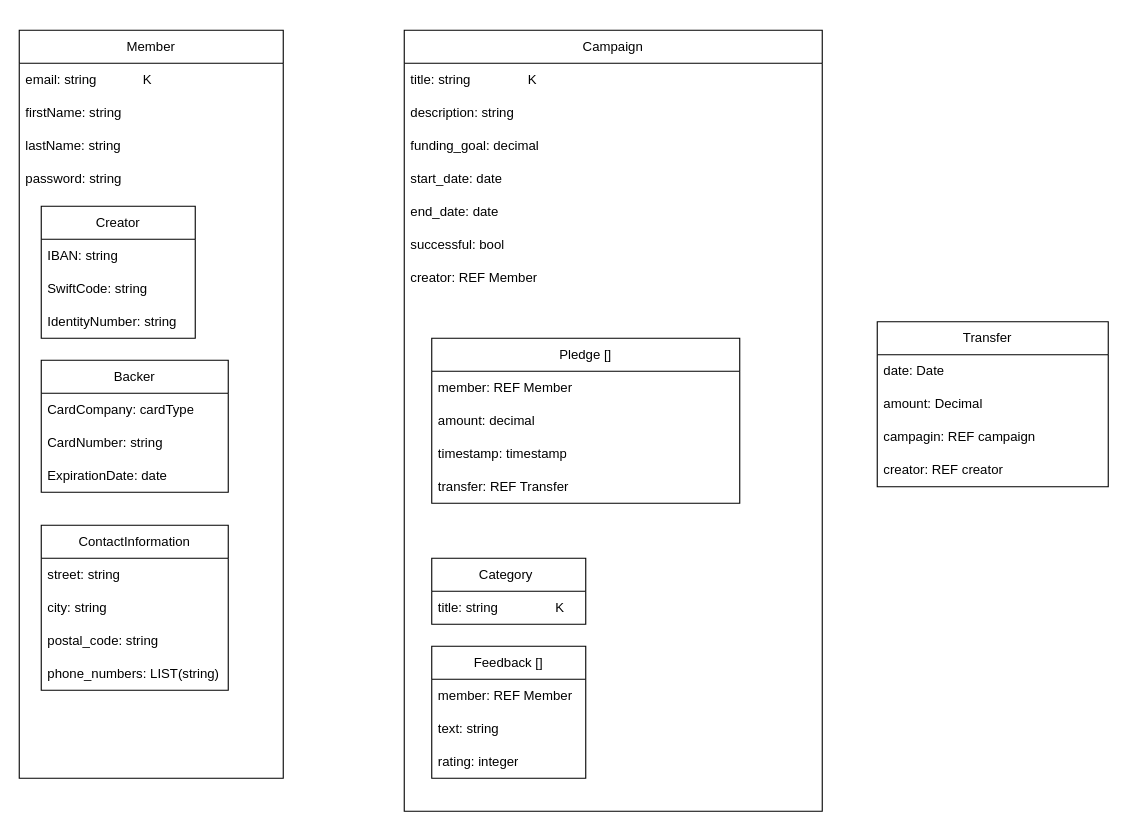
Above: assignment-2/logicalmodel.drawio in echo85/new-generation-data-models-dbmss-course (draw.io), before the change. Source tidied: cells renumbered, new cells numbered last; positions are measured from the earlier drawing's top-left corner, leaving out a move shared by most shapes. Both pictures are drawn from the tidied source at 110%, with x=0, y=0 at pixel (19, 30).
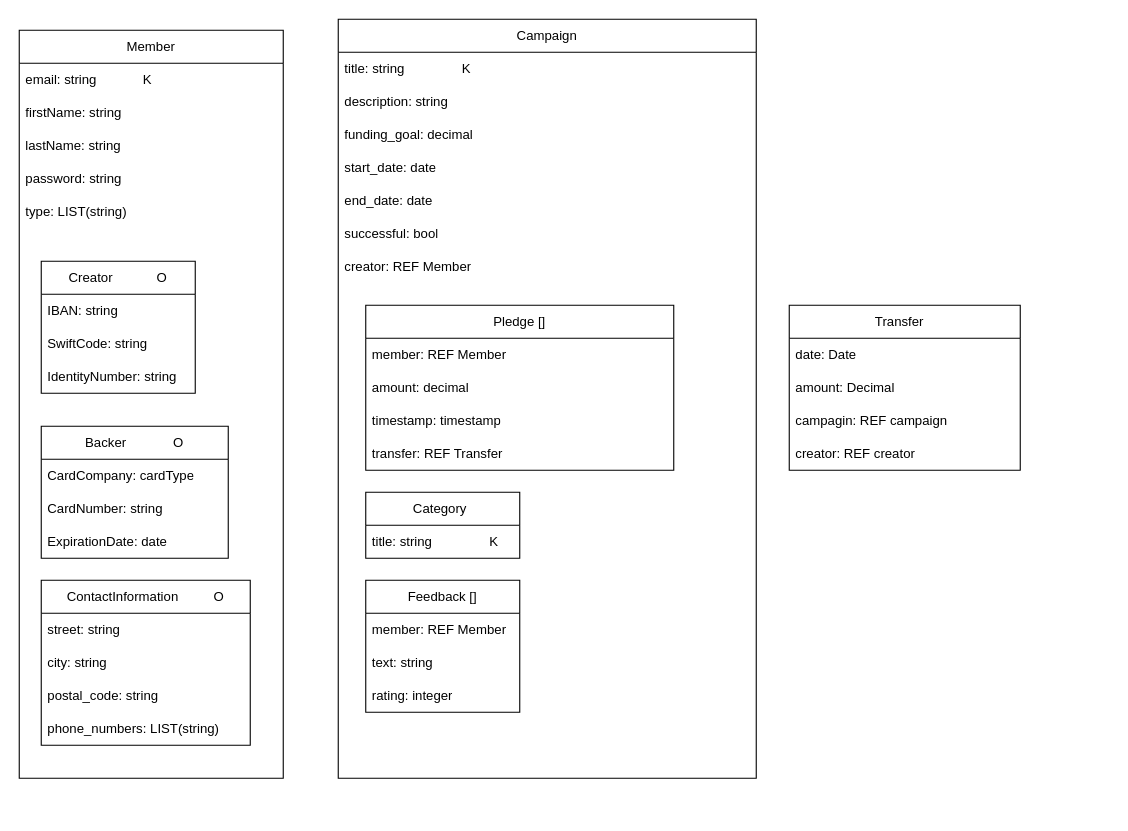
The same diagram, later.

Commit message:
Update logicalmodel.drawio -added type as list, backer/creator/contact information as optional

The change refers to these unchanged cells:
```xml
<mxCell id="22" value="Member" style="swimlane;fontStyle=0;horizontal=1;startSize=30;whiteSpace=wrap;html=1;" parent="1" vertex="1">
  <mxGeometry width="240" height="680" as="geometry" />
</mxCell>
```

The edit, as a diff of the source:
```diff
@@
     <mxCell id="2" style="group;" parent="1" vertex="1">
-      <mxGeometry x="350" width="380" height="710" as="geometry" />
+      <mxGeometry x="290" y="-10" width="380" height="710" as="geometry" />
     </mxCell>
     <mxCell id="3" value="Campaign" style="swimlane;fontStyle=0;horizontal=1;startSize=30;whiteSpace=wrap;html=1;contract=0;expandToFront=0;backgroundOutline=0;" parent="2" vertex="1">
-      <mxGeometry width="380" height="710" as="geometry" />
+      <mxGeometry width="380" height="690" as="geometry" />
     </mxCell>
@@
     <mxCell id="10" value="Pledge []" style="swimlane;fontStyle=0;horizontal=1;startSize=30;whiteSpace=wrap;html=1;" parent="2" vertex="1">
-      <mxGeometry x="25" y="280" width="280" height="150" as="geometry" />
+      <mxGeometry x="25" y="260" width="280" height="150" as="geometry" />
     </mxCell>
@@
     <mxCell id="15" value="Category&lt;span style=&quot;white-space: pre;&quot;&gt;&#9;&lt;/span&gt;" style="swimlane;fontStyle=0;horizontal=1;startSize=30;whiteSpace=wrap;html=1;" parent="2" vertex="1">
-      <mxGeometry x="25" y="480" width="140" height="60" as="geometry" />
+      <mxGeometry x="25" y="430" width="140" height="60" as="geometry" />
     </mxCell>
@@
     <mxCell id="17" value="Feedback []" style="swimlane;fontStyle=0;horizontal=1;startSize=30;whiteSpace=wrap;html=1;" parent="2" vertex="1">
-      <mxGeometry x="25" y="560" width="140" height="120" as="geometry" />
+      <mxGeometry x="25" y="510" width="140" height="120" as="geometry" />
     </mxCell>
@@
-    <mxCell id="27" value="Creator" style="swimlane;fontStyle=0;horizontal=1;startSize=30;whiteSpace=wrap;html=1;" parent="22" vertex="1">
-      <mxGeometry x="20" y="160" width="140" height="120" as="geometry" />
+    <mxCell id="27" value="Creator&lt;span style=&quot;white-space: pre;&quot;&gt;&#9;&lt;/span&gt;&lt;span style=&quot;white-space: pre;&quot;&gt;&#9;&lt;/span&gt;O" style="swimlane;fontStyle=0;horizontal=1;startSize=30;whiteSpace=wrap;html=1;" parent="22" vertex="1">
+      <mxGeometry x="20" y="210" width="140" height="120" as="geometry" />
     </mxCell>
@@
-    <mxCell id="31" value="Backer" style="swimlane;fontStyle=0;horizontal=1;startSize=30;whiteSpace=wrap;html=1;" parent="22" vertex="1">
-      <mxGeometry x="20" y="300" width="170" height="120" as="geometry" />
+    <mxCell id="31" value="Backer&lt;span style=&quot;white-space: pre;&quot;&gt;&#9;&lt;/span&gt;&lt;span style=&quot;white-space: pre;&quot;&gt;&#9;&lt;/span&gt;O" style="swimlane;fontStyle=0;horizontal=1;startSize=30;whiteSpace=wrap;html=1;" parent="22" vertex="1">
+      <mxGeometry x="20" y="360" width="170" height="120" as="geometry" />
     </mxCell>
@@
+    <mxCell id="45" value="type: LIST(string)" style="text;strokeColor=none;fillColor=none;align=left;verticalAlign=middle;spacingLeft=4;spacingRight=4;overflow=hidden;whiteSpace=wrap;html=1;" parent="22" vertex="1">
+      <mxGeometry y="150" width="180" height="30" as="geometry" />
+    </mxCell>
-    <mxCell id="35" value="ContactInformation" style="swimlane;fontStyle=0;horizontal=1;startSize=30;whiteSpace=wrap;html=1;" parent="1" vertex="1">
-      <mxGeometry x="20" y="450" width="170" height="150" as="geometry" />
+    <mxCell id="35" value="ContactInformation&lt;span style=&quot;white-space: pre;&quot;&gt;&#9;&lt;span style=&quot;white-space: pre;&quot;&gt;&#9;&lt;/span&gt;&lt;/span&gt;O" style="swimlane;fontStyle=0;horizontal=1;startSize=30;whiteSpace=wrap;html=1;" parent="1" vertex="1">
+      <mxGeometry x="20" y="500" width="190" height="150" as="geometry" />
     </mxCell>
     <mxCell id="36" value="street: string" style="text;strokeColor=none;fillColor=none;align=left;verticalAlign=middle;spacingLeft=4;spacingRight=4;overflow=hidden;whiteSpace=wrap;html=1;" parent="35" vertex="1">
-      <mxGeometry y="30" width="170" height="30" as="geometry" />
+      <mxGeometry y="30" width="190" height="30" as="geometry" />
     </mxCell>
     <mxCell id="37" value="city: string" style="text;strokeColor=none;fillColor=none;align=left;verticalAlign=middle;spacingLeft=4;spacingRight=4;overflow=hidden;whiteSpace=wrap;html=1;" parent="35" vertex="1">
-      <mxGeometry y="60" width="170" height="30" as="geometry" />
+      <mxGeometry y="60" width="190" height="30" as="geometry" />
     </mxCell>
     <mxCell id="38" value="postal_code: string" style="text;strokeColor=none;fillColor=none;align=left;verticalAlign=middle;spacingLeft=4;spacingRight=4;overflow=hidden;whiteSpace=wrap;html=1;" parent="35" vertex="1">
-      <mxGeometry y="90" width="170" height="30" as="geometry" />
+      <mxGeometry y="90" width="190" height="30" as="geometry" />
     </mxCell>
     <mxCell id="39" value="phone_numbers: LIST(string)" style="text;strokeColor=none;fillColor=none;align=left;verticalAlign=middle;spacingLeft=4;spacingRight=4;overflow=hidden;whiteSpace=wrap;html=1;" parent="35" vertex="1">
-      <mxGeometry y="120" width="170" height="30" as="geometry" />
+      <mxGeometry y="120" width="190" height="30" as="geometry" />
     </mxCell>
     <mxCell id="40" value="Transfer&lt;span style=&quot;white-space: pre;&quot;&gt;&#9;&lt;/span&gt;" style="swimlane;fontStyle=0;horizontal=1;startSize=30;whiteSpace=wrap;html=1;" parent="1" vertex="1">
-      <mxGeometry x="780" y="265" width="210" height="150" as="geometry" />
+      <mxGeometry x="700" y="250" width="210" height="150" as="geometry" />
     </mxCell>
```
